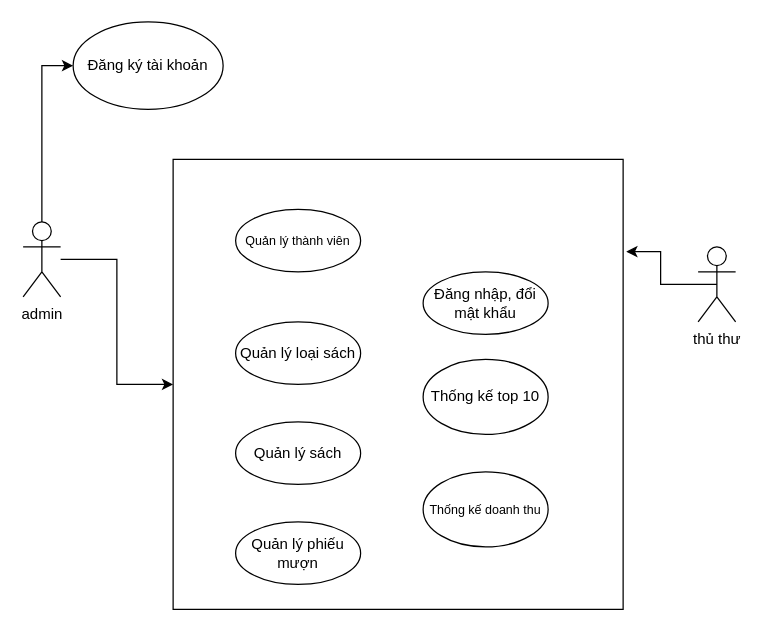
Earlier version of the draw.io diagram Biểu đồ không có tiêu đề.drawio (thanhf313/duanmau). Source tidied: cells renumbered, new cells numbered last; positions are measured from the earlier drawing's top-left corner, leaving out a move shared by most shapes. Both pictures are drawn from the tidied source at 125%, with x=0, y=0 at pixel (22, 21).
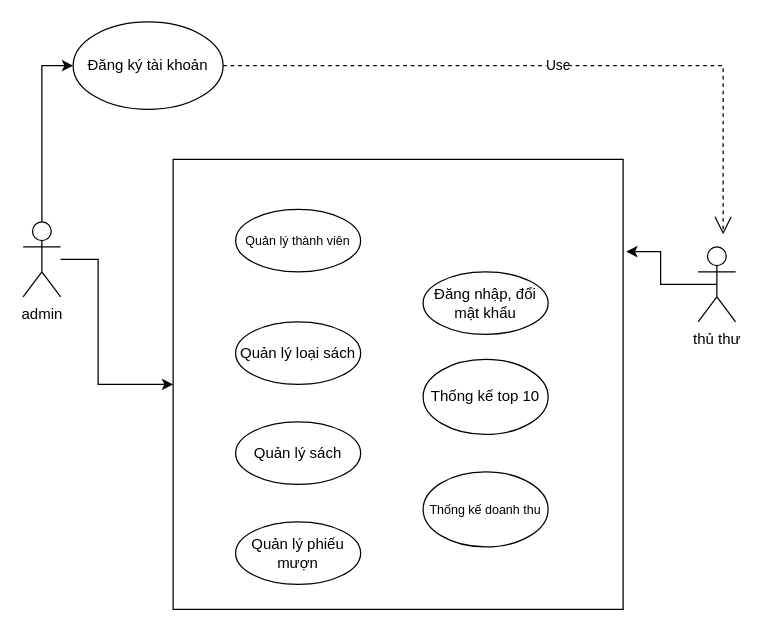
The same page after the edit.

Commit message (it also covers changes not shown here):
Cập nhật Biểu đồ không có tiêu đề.drawio

Unchanged cells that the change refers to:
```xml
<mxCell id="4" value="admin" style="shape=umlActor;verticalLabelPosition=bottom;verticalAlign=top;html=1;outlineConnect=0;" parent="1" vertex="1">
  <mxGeometry y="160" width="30" height="60" as="geometry" />
</mxCell>
<mxCell id="7" value="Đăng ký tài khoản" style="ellipse;whiteSpace=wrap;html=1;" parent="1" vertex="1">
  <mxGeometry x="40" width="120" height="70" as="geometry" />
</mxCell>
<mxCell id="8" style="whiteSpace=wrap;html=1;" parent="1" vertex="1">
  <mxGeometry x="120" y="110" width="360" height="360" as="geometry" />
</mxCell>
```

What changed in the source:
```diff
@@
     <mxCell id="3" style="edgeStyle=orthogonalEdgeStyle;rounded=0;jettySize=auto;html=1;" parent="1" edge="1" source="4" target="8">
-      <mxGeometry relative="1" as="geometry" />
+      <mxGeometry relative="1" as="geometry">
+        <Array as="points">
+          <mxPoint x="60" y="190" />
+          <mxPoint x="60" y="290" />
+        </Array>
+      </mxGeometry>
     </mxCell>
@@
+    <mxCell id="16" value="Use" style="endArrow=open;endSize=12;dashed=1;html=1;rounded=0;exitX=1;exitY=0.5;exitDx=0;exitDy=0;" parent="1" edge="1" source="7">
+      <mxGeometry relative="1" as="geometry">
+        <mxPoint x="560" y="170" as="targetPoint" />
+        <Array as="points">
+          <mxPoint x="560" y="35" />
+        </Array>
+      </mxGeometry>
+    </mxCell>
```
